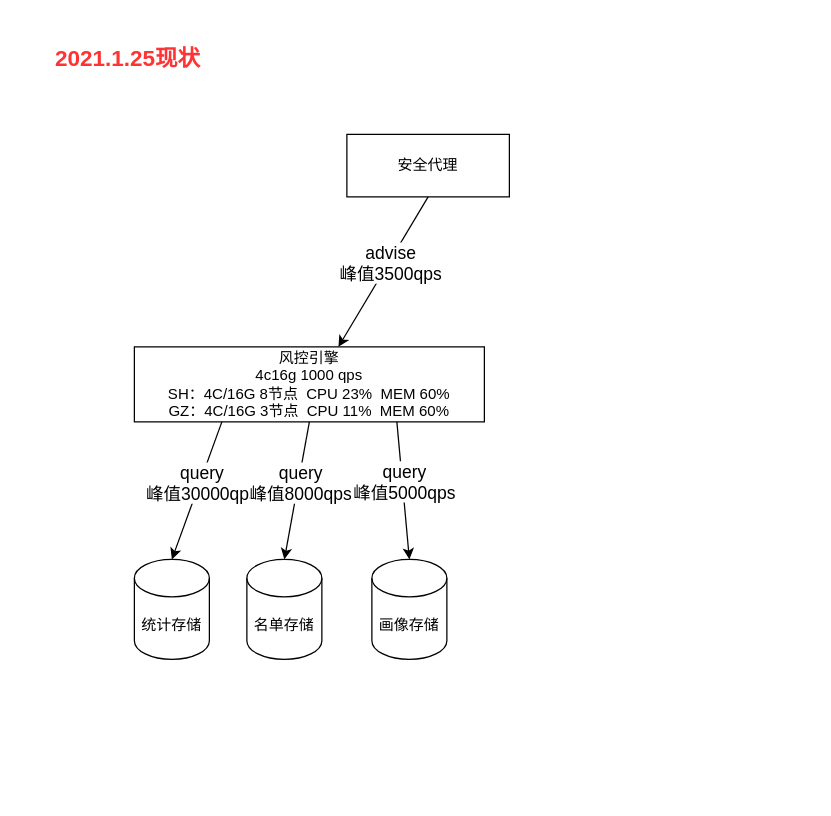
Above: risk-visor-infra.drawio in learn2Pro/draw_io_save (draw.io), before the change. Source tidied: cells renumbered, new cells numbered last; positions are measured from the earlier drawing's top-left corner, leaving out a move shared by most shapes. Both pictures are drawn from the tidied source at 125%, with x=0, y=0 at pixel (21, 21).
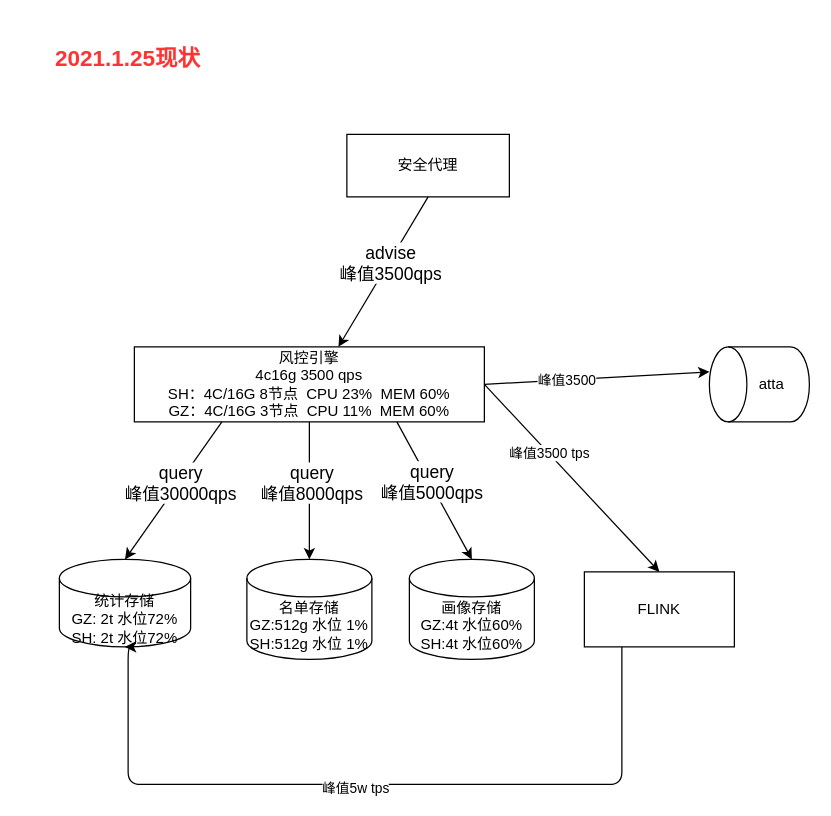
Above is the later version.

What changed in the source:
```diff
@@
-    <mxCell id="4" value="风控引擎&lt;br&gt;4c16g 1000 qps&lt;br&gt;&lt;div&gt;SH：4C/16G 8节点&amp;nbsp; CPU 23%&amp;nbsp; MEM 60%&lt;/div&gt;&lt;div&gt;GZ：4C/16G 3节点&amp;nbsp; CPU 11%&amp;nbsp; MEM 60%&lt;/div&gt;" style="rounded=0;whiteSpace=wrap;html=1;" parent="1" vertex="1">
+    <mxCell id="4" value="风控引擎&lt;br&gt;4c16g 3500 qps&lt;br&gt;&lt;div&gt;SH：4C/16G 8节点&amp;nbsp; CPU 23%&amp;nbsp; MEM 60%&lt;/div&gt;&lt;div&gt;GZ：4C/16G 3节点&amp;nbsp; CPU 11%&amp;nbsp; MEM 60%&lt;/div&gt;" style="rounded=0;whiteSpace=wrap;html=1;" parent="1" vertex="1">
       <mxGeometry x="90" y="260" width="280" height="60" as="geometry" />
     </mxCell>
@@
-    <mxCell id="7" value="统计存储" style="shape=cylinder3;whiteSpace=wrap;html=1;boundedLbl=1;backgroundOutline=1;size=15;" parent="1" vertex="1">
-      <mxGeometry x="90" y="430" width="60" height="80" as="geometry" />
+    <mxCell id="7" value="统计存储&lt;br&gt;GZ: 2t 水位72%&lt;br&gt;SH: 2t 水位72%" style="shape=cylinder3;whiteSpace=wrap;html=1;boundedLbl=1;backgroundOutline=1;size=15;" parent="1" vertex="1">
+      <mxGeometry x="30" y="430" width="105" height="70" as="geometry" />
     </mxCell>
-    <mxCell id="8" value="名单存储" style="shape=cylinder3;whiteSpace=wrap;html=1;boundedLbl=1;backgroundOutline=1;size=15;" parent="1" vertex="1">
-      <mxGeometry x="180" y="430" width="60" height="80" as="geometry" />
+    <mxCell id="8" value="名单存储&lt;br&gt;GZ:512g 水位 1%&lt;br&gt;SH:512g 水位 1%" style="shape=cylinder3;whiteSpace=wrap;html=1;boundedLbl=1;backgroundOutline=1;size=15;" parent="1" vertex="1">
+      <mxGeometry x="180" y="430" width="100" height="80" as="geometry" />
     </mxCell>
-    <mxCell id="9" value="画像存储" style="shape=cylinder3;whiteSpace=wrap;html=1;boundedLbl=1;backgroundOutline=1;size=15;" parent="1" vertex="1">
-      <mxGeometry x="280" y="430" width="60" height="80" as="geometry" />
+    <mxCell id="9" value="画像存储&lt;br&gt;GZ:4t 水位60%&lt;br&gt;SH:4t 水位60%" style="shape=cylinder3;whiteSpace=wrap;html=1;boundedLbl=1;backgroundOutline=1;size=15;" parent="1" vertex="1">
+      <mxGeometry x="310" y="430" width="100" height="80" as="geometry" />
     </mxCell>
@@
+    <mxCell id="16" style="group;" parent="1" vertex="1">
+      <mxGeometry x="550" y="260" width="80" height="60" as="geometry" />
+    </mxCell>
+    <mxCell id="17" style="shape=cylinder3;whiteSpace=wrap;html=1;boundedLbl=1;backgroundOutline=1;size=15;rotation=-90;" parent="16" vertex="1">
+      <mxGeometry x="10" y="-10" width="60" height="80" as="geometry" />
+    </mxCell>
+    <mxCell id="18" value="atta" style="text;html=1;strokeColor=none;fillColor=none;align=center;verticalAlign=middle;whiteSpace=wrap;rounded=0;" parent="16" vertex="1">
+      <mxGeometry x="30" y="20" width="40" height="20" as="geometry" />
+    </mxCell>
+    <mxCell id="19" value="FLINK" style="rounded=0;whiteSpace=wrap;html=1;" parent="1" vertex="1">
+      <mxGeometry x="450" y="440" width="120" height="60" as="geometry" />
+    </mxCell>
+    <mxCell id="20" style="endArrow=classic;html=1;exitX=1;exitY=0.5;exitDx=0;exitDy=0;entryX=0.5;entryY=0;entryDx=0;entryDy=0;" parent="1" edge="1" source="4" target="19">
+      <mxGeometry relative="1" as="geometry" />
+    </mxCell>
+    <mxCell id="21" value="峰值3500 tps" style="edgeLabel;html=1;align=center;verticalAlign=middle;" parent="20" vertex="1">
+      <mxGeometry x="-0.27" relative="1" as="geometry" />
+    </mxCell>
+    <mxCell id="22" style="endArrow=classic;html=1;exitX=0.25;exitY=1;exitDx=0;exitDy=0;edgeStyle=orthogonalEdgeStyle;entryX=0.5;entryY=1;entryDx=0;entryDy=0;entryPerimeter=0;" parent="1" edge="1" source="19" target="7">
+      <mxGeometry relative="1" as="geometry">
+        <Array as="points">
+          <mxPoint x="480" y="610" />
+          <mxPoint x="85" y="610" />
+        </Array>
+      </mxGeometry>
+    </mxCell>
+    <mxCell id="23" value="峰值5w tps" style="edgeLabel;html=1;align=center;verticalAlign=middle;" parent="22" vertex="1">
+      <mxGeometry x="0.05" y="2" relative="1" as="geometry" />
+    </mxCell>
+    <mxCell id="24" style="endArrow=classic;html=1;exitX=1;exitY=0.5;exitDx=0;exitDy=0;entryX=0.667;entryY=0;entryDx=0;entryDy=0;entryPerimeter=0;" parent="1" edge="1" source="4" target="17">
+      <mxGeometry relative="1" as="geometry" />
+    </mxCell>
+    <mxCell id="25" value="峰值3500" style="edgeLabel;html=1;align=center;verticalAlign=middle;" parent="24" vertex="1">
+      <mxGeometry x="-0.27" relative="1" as="geometry" />
+    </mxCell>
```
